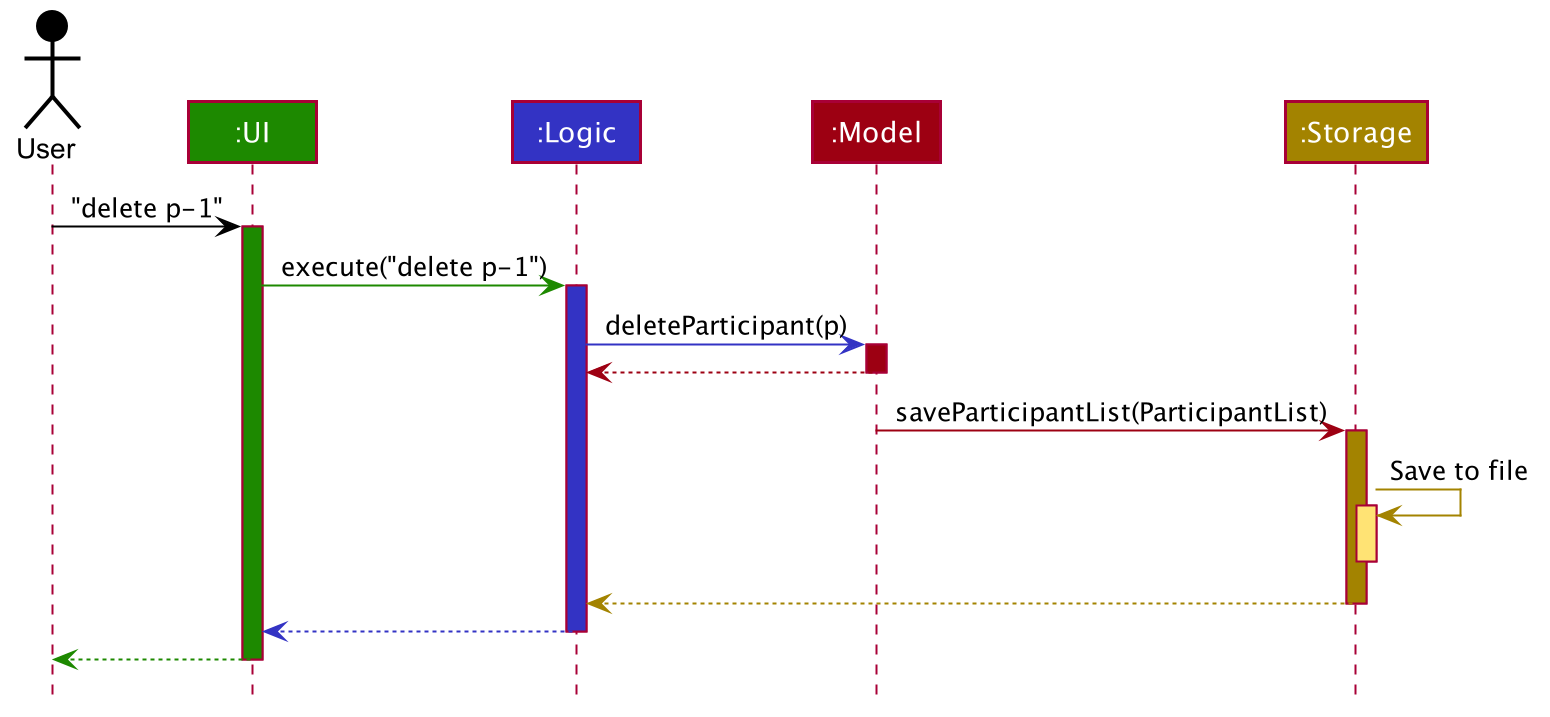
This is images/ArchitectureSequenceDiagram.png from AY1920S1-CS2103T-F11-1/main, a PlantUML export, as it was before one commit.
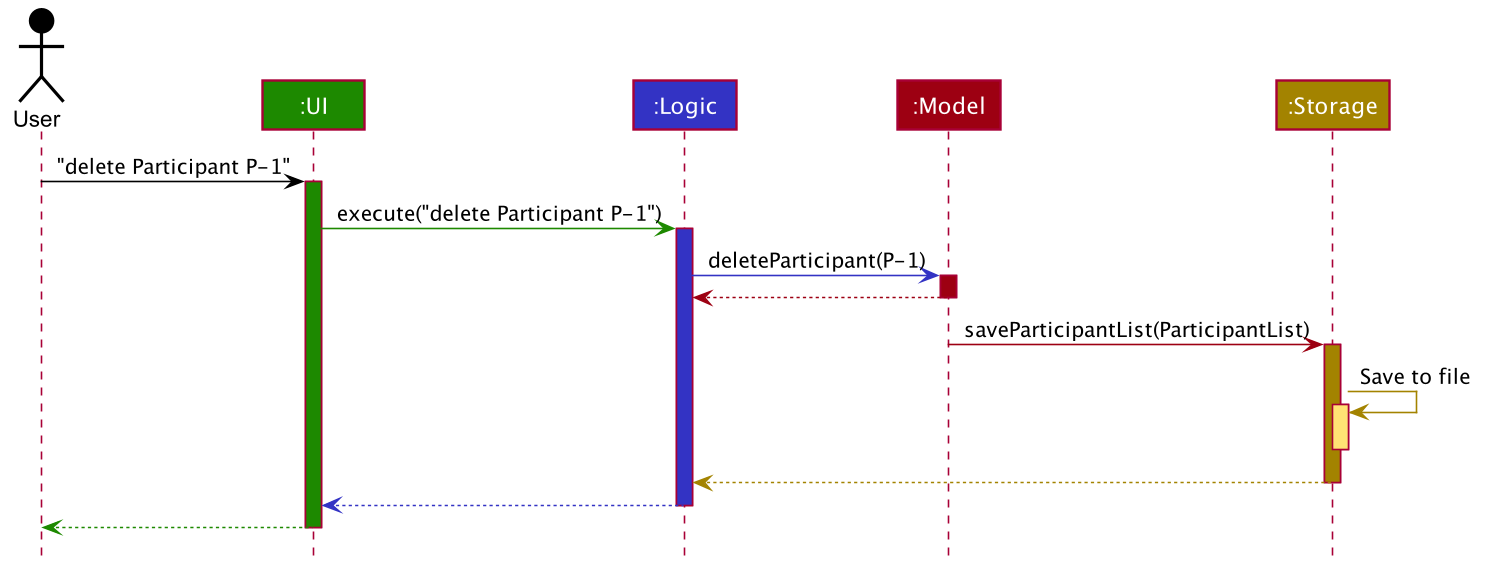
The same diagram one commit later.

Diff of the diagram source:
```diff
@@ -54,13 +54,13 @@
 Participant ":Model" as model #9D0012
 Participant ":Storage" as storage #A38300
 
-user -[#000000]> ui : "delete p-1"
+user -[#000000]> ui : "delete Participant P-1"
 activate ui #1D8900
 
-ui -[#1D8900]> logic : execute("delete p-1")
+ui -[#1D8900]> logic : execute("delete Participant P-1")
 activate logic #3333C4
 
-logic -[#3333C4]> model : deleteParticipant(p)
+logic -[#3333C4]> model : deleteParticipant(P-1)
 activate model #9D0012
 
 model -[#9D0012]-> logic
```
